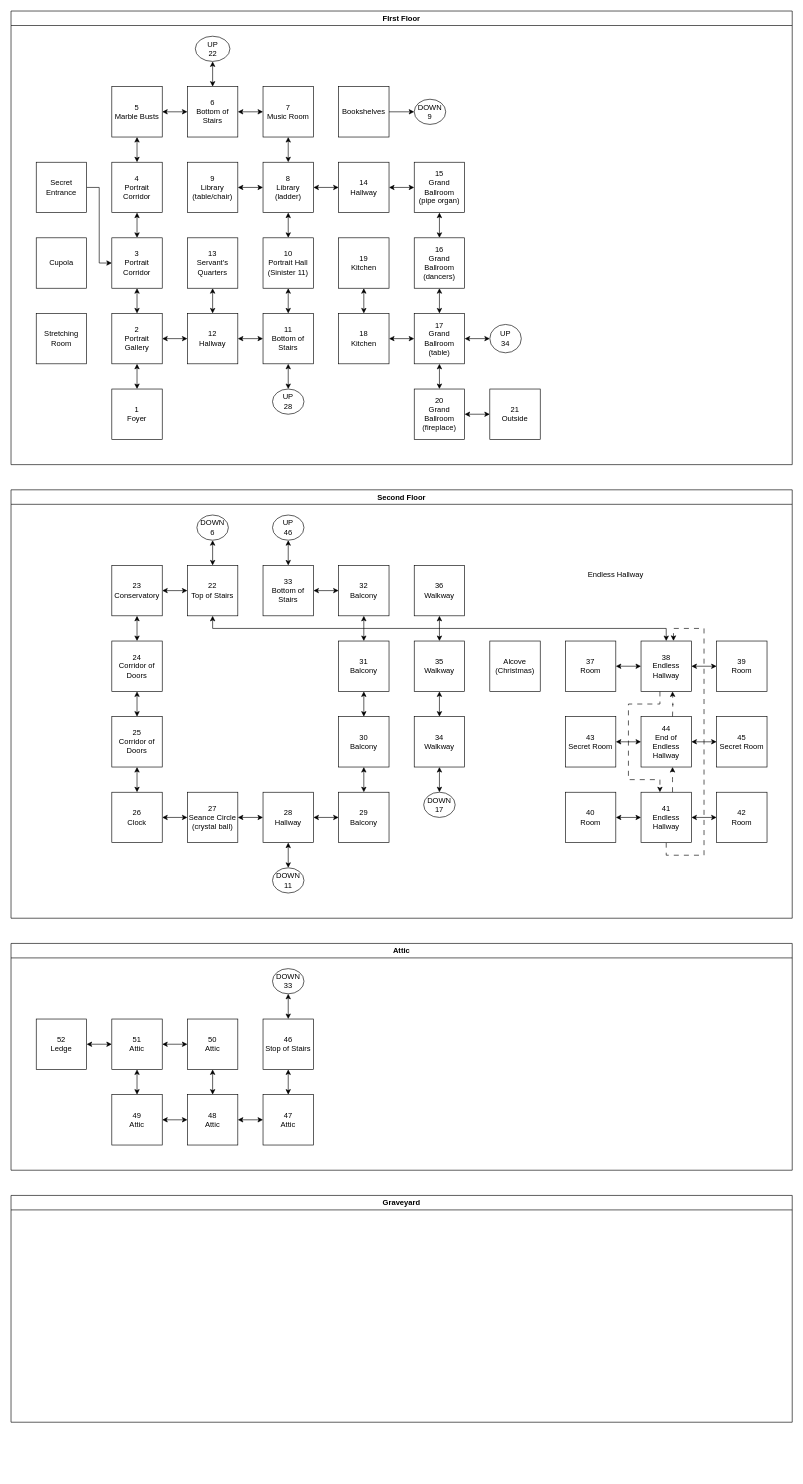
Earlier version of the draw.io diagram Untitled Diagram.drawio (allenhuffman/HauntedMansionTextAdventure). Source tidied: cells renumbered, new cells numbered last; positions are measured from the earlier drawing's top-left corner, leaving out a move shared by most shapes. Both pictures are drawn from the tidied source at 63%, with x=0, y=0 at pixel (11, 11).
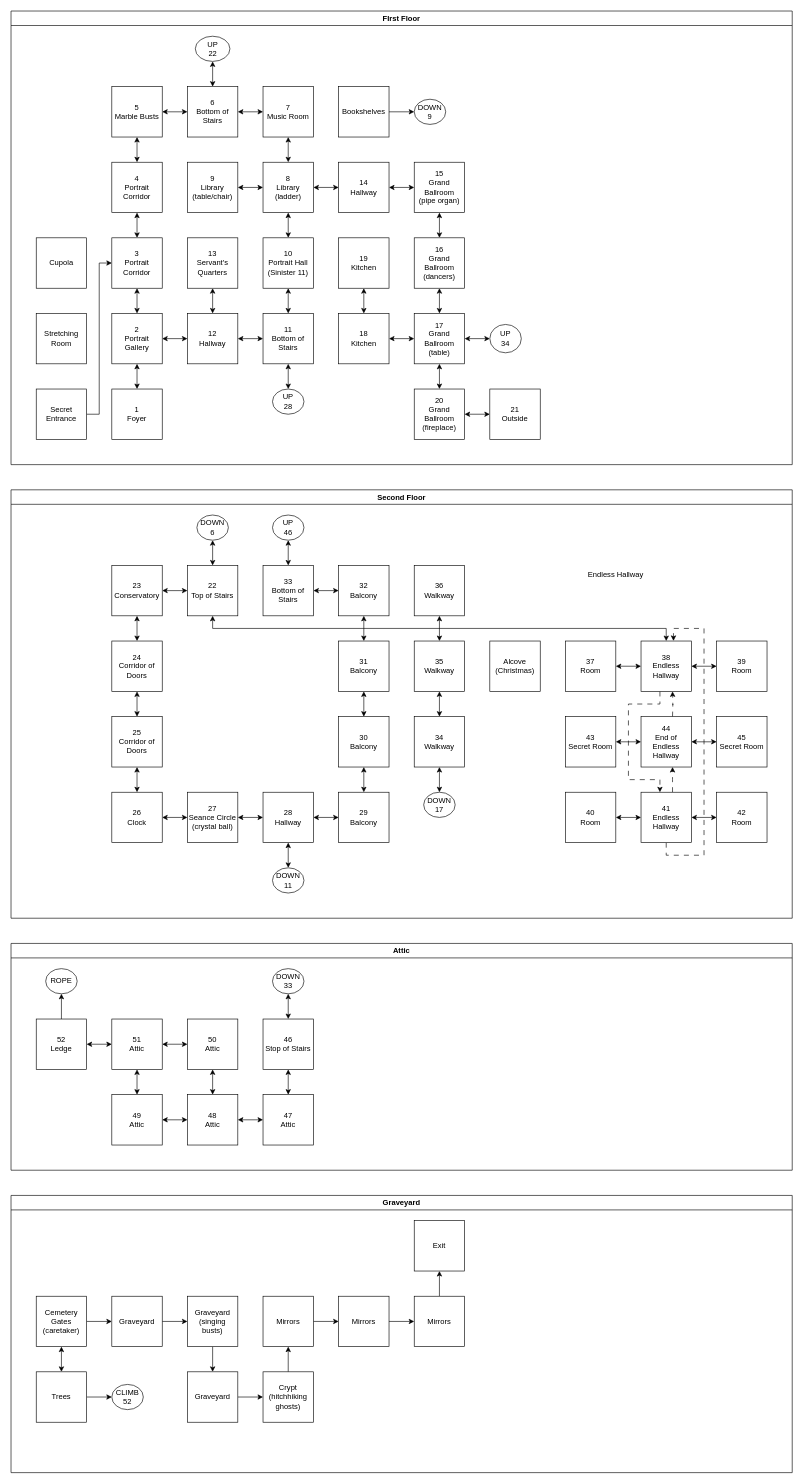
Above is the later version.

Unchanged cells that the change refers to:
```xml
<mxCell id="2" value="FIrst Floor" style="swimlane;whiteSpace=wrap;html=1;" parent="1" vertex="1">
  <mxGeometry width="1240" height="720" as="geometry" />
</mxCell>
<mxCell id="117" value="Attic" style="swimlane;whiteSpace=wrap;html=1;" parent="1" vertex="1">
  <mxGeometry y="1480" width="1240" height="360" as="geometry" />
</mxCell>
<mxCell id="133" value="52&lt;div&gt;Ledge&lt;/div&gt;" style="whiteSpace=wrap;html=1;" parent="117" vertex="1">
  <mxGeometry x="40" y="120" width="80" height="80" as="geometry" />
</mxCell>
```

What changed in the source:
```diff
@@
     <mxCell id="57" value="Secret Entrance" style="whiteSpace=wrap;html=1;" parent="2" vertex="1">
-      <mxGeometry x="40" y="240" width="80" height="80" as="geometry" />
+      <mxGeometry x="40" y="600" width="80" height="80" as="geometry" />
     </mxCell>
@@
+    <mxCell id="135" style="edgeStyle=orthogonalEdgeStyle;rounded=0;jettySize=auto;html=1;" parent="117" edge="1" source="133" target="136">
+      <mxGeometry relative="1" as="geometry" />
+    </mxCell>
@@
+    <mxCell id="136" value="ROPE" style="ellipse;whiteSpace=wrap;html=1;" parent="117" vertex="1">
+      <mxGeometry x="55" y="40" width="50" height="40" as="geometry" />
+    </mxCell>
     <mxCell id="134" value="Graveyard" style="swimlane;whiteSpace=wrap;html=1;" parent="1" vertex="1">
-      <mxGeometry y="1880" width="1240" height="360" as="geometry" />
+      <mxGeometry y="1880" width="1240" height="440" as="geometry" />
     </mxCell>
+    <mxCell id="137" style="edgeStyle=orthogonalEdgeStyle;rounded=0;jettySize=auto;html=1;startArrow=classic;startFill=1;" parent="134" edge="1" source="139" target="141">
+      <mxGeometry relative="1" as="geometry" />
+    </mxCell>
+    <mxCell id="138" style="edgeStyle=orthogonalEdgeStyle;rounded=0;jettySize=auto;html=1;" parent="134" edge="1" source="139" target="157">
+      <mxGeometry relative="1" as="geometry" />
+    </mxCell>
+    <mxCell id="139" value="Trees" style="whiteSpace=wrap;html=1;" parent="134" vertex="1">
+      <mxGeometry x="40" y="280" width="80" height="80" as="geometry" />
+    </mxCell>
+    <mxCell id="140" style="edgeStyle=orthogonalEdgeStyle;rounded=0;jettySize=auto;html=1;" parent="134" edge="1" source="141" target="143">
+      <mxGeometry relative="1" as="geometry" />
+    </mxCell>
+    <mxCell id="141" value="Cemetery Gates (caretaker)" style="whiteSpace=wrap;html=1;" parent="134" vertex="1">
+      <mxGeometry x="40" y="160" width="80" height="80" as="geometry" />
+    </mxCell>
+    <mxCell id="142" style="edgeStyle=orthogonalEdgeStyle;rounded=0;jettySize=auto;html=1;" parent="134" edge="1" source="143" target="145">
+      <mxGeometry relative="1" as="geometry" />
+    </mxCell>
+    <mxCell id="143" value="Graveyard" style="whiteSpace=wrap;html=1;" parent="134" vertex="1">
+      <mxGeometry x="160" y="160" width="80" height="80" as="geometry" />
+    </mxCell>
+    <mxCell id="144" style="edgeStyle=orthogonalEdgeStyle;rounded=0;jettySize=auto;html=1;" parent="134" edge="1" source="145" target="147">
+      <mxGeometry relative="1" as="geometry" />
+    </mxCell>
+    <mxCell id="145" value="Graveyard&lt;div&gt;(singing busts)&lt;/div&gt;" style="whiteSpace=wrap;html=1;" parent="134" vertex="1">
+      <mxGeometry x="280" y="160" width="80" height="80" as="geometry" />
+    </mxCell>
+    <mxCell id="146" style="edgeStyle=orthogonalEdgeStyle;rounded=0;jettySize=auto;html=1;" parent="134" edge="1" source="147" target="149">
+      <mxGeometry relative="1" as="geometry" />
+    </mxCell>
+    <mxCell id="147" value="Graveyard" style="whiteSpace=wrap;html=1;" parent="134" vertex="1">
+      <mxGeometry x="280" y="280" width="80" height="80" as="geometry" />
+    </mxCell>
+    <mxCell id="148" style="edgeStyle=orthogonalEdgeStyle;rounded=0;jettySize=auto;html=1;" parent="134" edge="1" source="149" target="151">
+      <mxGeometry relative="1" as="geometry" />
+    </mxCell>
+    <mxCell id="149" value="Crypt (hitchhiking ghosts)" style="whiteSpace=wrap;html=1;" parent="134" vertex="1">
+      <mxGeometry x="400" y="280" width="80" height="80" as="geometry" />
+    </mxCell>
+    <mxCell id="150" style="edgeStyle=orthogonalEdgeStyle;rounded=0;jettySize=auto;html=1;" parent="134" edge="1" source="151" target="153">
+      <mxGeometry relative="1" as="geometry" />
+    </mxCell>
+    <mxCell id="151" value="Mirrors" style="whiteSpace=wrap;html=1;" parent="134" vertex="1">
+      <mxGeometry x="400" y="160" width="80" height="80" as="geometry" />
+    </mxCell>
+    <mxCell id="152" style="edgeStyle=orthogonalEdgeStyle;rounded=0;jettySize=auto;html=1;" parent="134" edge="1" source="153" target="155">
+      <mxGeometry relative="1" as="geometry" />
+    </mxCell>
+    <mxCell id="153" value="Mirrors" style="whiteSpace=wrap;html=1;" parent="134" vertex="1">
+      <mxGeometry x="520" y="160" width="80" height="80" as="geometry" />
+    </mxCell>
+    <mxCell id="154" style="edgeStyle=orthogonalEdgeStyle;rounded=0;jettySize=auto;html=1;" parent="134" edge="1" source="155" target="156">
+      <mxGeometry relative="1" as="geometry" />
+    </mxCell>
+    <mxCell id="155" value="Mirrors" style="whiteSpace=wrap;html=1;" parent="134" vertex="1">
+      <mxGeometry x="640" y="160" width="80" height="80" as="geometry" />
+    </mxCell>
+    <mxCell id="156" value="Exit" style="whiteSpace=wrap;html=1;" parent="134" vertex="1">
+      <mxGeometry x="640" y="40" width="80" height="80" as="geometry" />
+    </mxCell>
+    <mxCell id="157" value="CLIMB&lt;div&gt;52&lt;/div&gt;" style="ellipse;whiteSpace=wrap;html=1;" parent="134" vertex="1">
+      <mxGeometry x="160" y="300" width="50" height="40" as="geometry" />
+    </mxCell>
```
